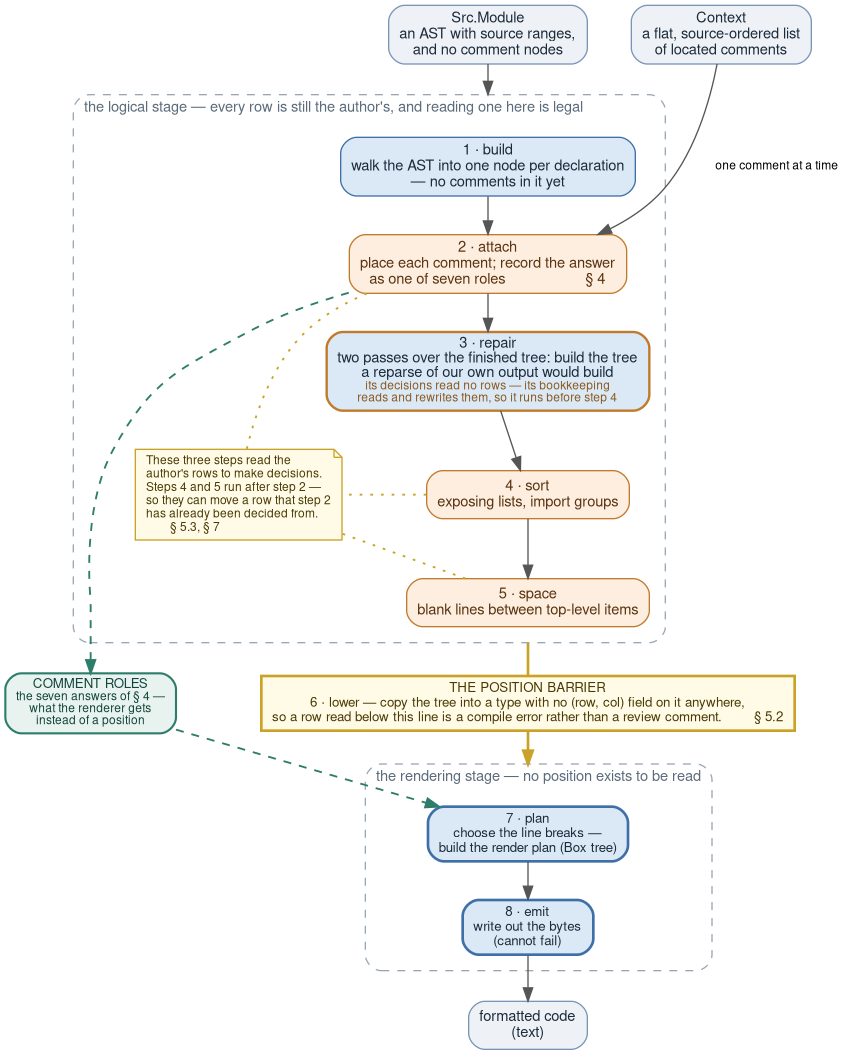
This is docs/diagrams/position-barrier.png from gilramir/gren-format-lib, a Graphviz export, as it was before one commit. Its source is kept beside it as docs/diagrams/position-barrier.dot.
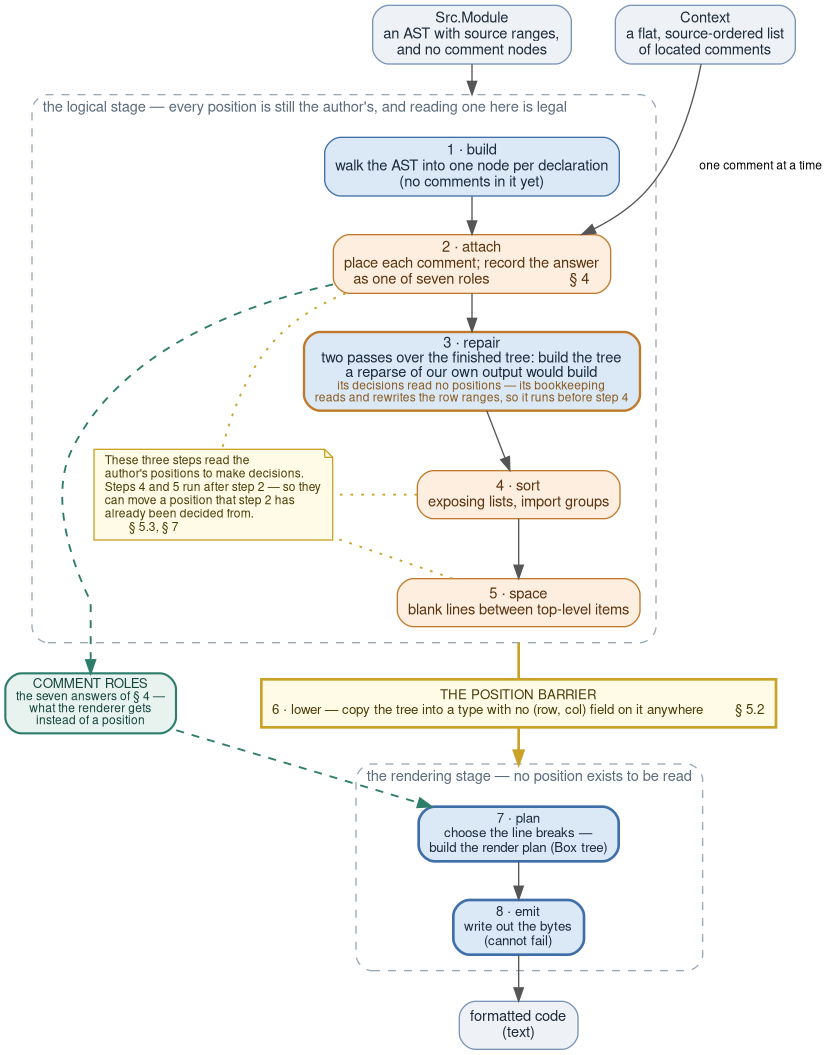
Later version of the same file.

What changed in the source:
```diff
@@ -16,7 +16,7 @@
     out [group="flow", label="formatted code\n(text)"];
 
     subgraph cluster_logical {
-        label="the logical stage — every row is still the author's, and reading one here is legal";
+        label="the logical stage — every position is still the author's, and reading one here is legal";
         labeljust="l";
         fontsize=11;
         fontcolor="#5b6b7c";
@@ -25,9 +25,9 @@
         margin=12;
 
         node [shape=box, style="rounded,filled", fillcolor="#dbe9f7", color="#3f6fa8", fontcolor="#1c2b3a"];
-        s1 [group="flow", label="1 · build\nwalk the AST into one node per declaration\n— no comments in it yet"];
+        s1 [group="flow", label="1 · build\nwalk the AST into one node per declaration\n(no comments in it yet)"];
         s3 [group="flow", color="#c07a2c", penwidth=1.8,
-            label=<3 · repair<BR/>two passes over the finished tree: build the tree<BR/>a reparse of our own output would build<BR/><FONT POINT-SIZE="9" COLOR="#8a5a1e">its decisions read no rows — its bookkeeping<BR/>reads and rewrites them, so it runs before step 4</FONT>>];
+            label=<3 · repair<BR/>two passes over the finished tree: build the tree<BR/>a reparse of our own output would build<BR/><FONT POINT-SIZE="9" COLOR="#8a5a1e">its decisions read no positions — its bookkeeping<BR/>reads and rewrites the row ranges, so it runs before step 4</FONT>>];
 
         node [shape=box, style="rounded,filled", fillcolor="#fdeee0", color="#c07a2c", fontcolor="#5a3410"];
         s2 [group="flow", label="2 · attach\nplace each comment; record the answer\nas one of seven roles                    § 4"];
@@ -35,10 +35,10 @@
         s5 [group="flow", label="5 · space\nblank lines between top-level items"];
 
         node [shape=note, style=filled, fillcolor="#fffbe6", color="#c9a227", fontcolor="#4a3b06", fontsize=9];
-        rowNote [label="These three steps read the\lauthor's rows to make decisions.\lSteps 4 and 5 run after step 2 —\lso they can move a row that step 2\lhas already been decided from.\l        § 5.3, § 7\l"];
+        posNote [label="These three steps read the\lauthor's positions to make decisions.\lSteps 4 and 5 run after step 2 — so they\lcan move a position that step 2 has\lalready been decided from.\l        § 5.3, § 7\l"];
 
         s1 -> s2 -> s3 -> s4 -> s5;
-        { rank=same; s4; rowNote }
+        { rank=same; s4; posNote }
 
         wl [shape=point, width=0.02, height=0.02, style=invis, label=""];
         { rank=same; wl; s5 }
@@ -49,7 +49,7 @@
     roles [shape=box, style="rounded,filled", fillcolor="#e8f3f0", color="#2e7d6b",
            fontcolor="#14453a", fontsize=10, penwidth=1.6,
            label=<COMMENT ROLES<BR/><FONT POINT-SIZE="9">the seven answers of § 4 —<BR/>what the renderer gets<BR/>instead of a position</FONT>>];
-    barrier [group="flow", label="THE POSITION BARRIER\n6 · lower — copy the tree into a type with no (row, col) field on it anywhere,\nso a row read below this line is a compile error rather than a review comment.        § 5.2"];
+    barrier [group="flow", label="THE POSITION BARRIER\n6 · lower — copy the tree into a type with no (row, col) field on it anywhere        § 5.2"];
 
     { rank=same; roles; barrier }
     roles -> barrier [style=invis];
@@ -81,9 +81,9 @@
     wl -> roles:n [arrowhead=normal];
     roles -> s7 [arrowhead=normal, constraint=false];
 
-    s2 -> rowNote [style=dotted, arrowhead=none, color="#c9a227", constraint=false];
-    s4 -> rowNote [style=dotted, arrowhead=none, color="#c9a227", constraint=false];
-    s5 -> rowNote [style=dotted, arrowhead=none, color="#c9a227", constraint=false];
+    s2 -> posNote [style=dotted, arrowhead=none, color="#c9a227", constraint=false];
+    s4 -> posNote [style=dotted, arrowhead=none, color="#c9a227", constraint=false];
+    s5 -> posNote [style=dotted, arrowhead=none, color="#c9a227", constraint=false];
 
     { rank=same; ast; ctx }
 }
```
